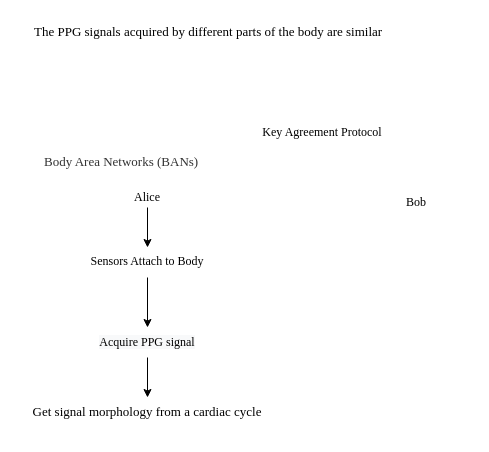
NasTul/Diagrams keeps this draw.io diagram as Keyagree.drawio. Above is the earlier version. Source tidied: cells renumbered, new cells numbered last; positions are measured from the earlier drawing's top-left corner, leaving out a move shared by most shapes. Both pictures are drawn from the tidied source at 100%, with x=0, y=0 at pixel (17, 17).
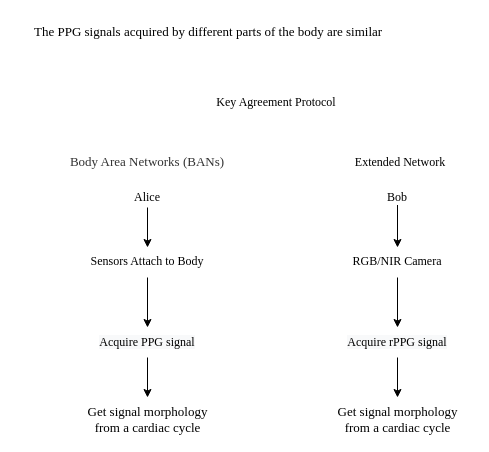
The same diagram, later.

Diff of the diagram source:
```diff
@@
 <mxGraphModel>
   <root>
     <mxCell id="0" />
     <mxCell id="1" parent="0" />
     <mxCell id="2" style="edgeStyle=orthogonalEdgeStyle;rounded=0;jettySize=auto;html=1;fontFamily=Times New Roman;" parent="1" edge="1" source="3" target="7">
       <mxGeometry relative="1" as="geometry" />
     </mxCell>
     <mxCell id="3" value="Alice" style="text;html=1;strokeColor=none;fillColor=none;align=center;verticalAlign=middle;whiteSpace=wrap;rounded=0;fontFamily=Times New Roman;" parent="1" vertex="1">
       <mxGeometry x="100" y="170" width="60" height="20" as="geometry" />
     </mxCell>
+    <mxCell id="13" style="edgeStyle=orthogonalEdgeStyle;rounded=0;jettySize=auto;html=1;fontFamily=Times New Roman;fontSize=13;" parent="1" edge="1" source="4" target="15">
+      <mxGeometry relative="1" as="geometry" />
+    </mxCell>
     <mxCell id="4" value="Bob" style="text;html=1;strokeColor=none;fillColor=none;align=center;verticalAlign=middle;whiteSpace=wrap;rounded=0;fontFamily=Times New Roman;" parent="1" vertex="1">
-      <mxGeometry x="369" y="170" width="60" height="30" as="geometry" />
+      <mxGeometry x="350" y="172.5" width="60" height="15" as="geometry" />
     </mxCell>
     <mxCell id="5" value="Key Agreement Protocol" style="text;html=1;strokeColor=none;fillColor=none;align=center;verticalAlign=middle;whiteSpace=wrap;rounded=0;fontFamily=Times New Roman;" parent="1" vertex="1">
-      <mxGeometry x="195" y="100" width="220" height="30" as="geometry" />
+      <mxGeometry x="149" y="70" width="220" height="30" as="geometry" />
     </mxCell>
     <mxCell id="6" style="edgeStyle=orthogonalEdgeStyle;rounded=0;jettySize=auto;html=1;fontFamily=Times New Roman;" parent="1" edge="1" source="7" target="11">
       <mxGeometry relative="1" as="geometry" />
     </mxCell>
     <mxCell id="7" value="Sensors Attach to Body" style="text;whiteSpace=wrap;html=1;align=center;fontFamily=Times New Roman;" parent="1" vertex="1">
       <mxGeometry x="55" y="230" width="150" height="30" as="geometry" />
     </mxCell>
-    <mxCell id="8" value="&lt;span style=&quot;color: rgb(51, 51, 51); font-style: normal; font-variant-ligatures: normal; font-variant-caps: normal; font-weight: 400; letter-spacing: normal; orphans: 2; text-align: start; text-indent: 0px; text-transform: none; widows: 2; word-spacing: 0px; -webkit-text-stroke-width: 0px; background-color: rgb(255, 255, 255); text-decoration-thickness: initial; text-decoration-style: initial; text-decoration-color: initial; float: none; display: inline !important;&quot;&gt;&lt;font style=&quot;font-size: 13px;&quot;&gt;Body Area Networks (BANs)&lt;/font&gt;&lt;/span&gt;" style="text;whiteSpace=wrap;html=1;fontFamily=Times New Roman;" parent="1" vertex="1">
-      <mxGeometry x="25" y="130" width="260" height="50" as="geometry" />
+    <mxCell id="8" value="&lt;span style=&quot;color: rgb(51, 51, 51); font-style: normal; font-variant-ligatures: normal; font-variant-caps: normal; font-weight: 400; letter-spacing: normal; orphans: 2; text-indent: 0px; text-transform: none; widows: 2; word-spacing: 0px; -webkit-text-stroke-width: 0px; background-color: rgb(255, 255, 255); text-decoration-thickness: initial; text-decoration-style: initial; text-decoration-color: initial; float: none; display: inline !important;&quot;&gt;&lt;font style=&quot;font-size: 13px;&quot;&gt;Body Area Networks (BANs)&lt;/font&gt;&lt;/span&gt;" style="text;whiteSpace=wrap;html=1;fontFamily=Times New Roman;align=center;" parent="1" vertex="1">
+      <mxGeometry x="50" y="130" width="160" height="30" as="geometry" />
     </mxCell>
     <mxCell id="9" value="Get signal morphology from a cardiac cycle" style="text;whiteSpace=wrap;html=1;fontSize=13;fontFamily=Times New Roman;align=center;" parent="1" vertex="1">
-      <mxGeometry y="380" width="260" height="30" as="geometry" />
+      <mxGeometry x="57.5" y="380" width="145" height="30" as="geometry" />
     </mxCell>
     <mxCell id="10" style="edgeStyle=orthogonalEdgeStyle;rounded=0;jettySize=auto;html=1;entryX=0.5;entryY=0;entryDx=0;entryDy=0;fontFamily=Times New Roman;fontSize=13;" parent="1" edge="1" source="11" target="9">
       <mxGeometry relative="1" as="geometry" />
     </mxCell>
     <mxCell id="11" value="&lt;span style=&quot;color: rgb(0, 0, 0); font-family: &amp;quot;Times New Roman&amp;quot;; font-size: 12px; font-style: normal; font-variant-ligatures: normal; font-variant-caps: normal; font-weight: 400; letter-spacing: normal; orphans: 2; text-indent: 0px; text-transform: none; widows: 2; word-spacing: 0px; -webkit-text-stroke-width: 0px; background-color: rgb(248, 249, 250); text-decoration-thickness: initial; text-decoration-style: initial; text-decoration-color: initial; float: none; display: inline !important;&quot;&gt;Acquire PPG signal&lt;/span&gt;" style="text;whiteSpace=wrap;html=1;fontSize=13;fontFamily=Times New Roman;align=center;" parent="1" vertex="1">
       <mxGeometry x="65" y="310" width="130" height="30" as="geometry" />
     </mxCell>
     <mxCell id="12" value="The PPG signals acquired by different parts of the body are similar" style="text;whiteSpace=wrap;html=1;fontSize=13;fontFamily=Times New Roman;" parent="1" vertex="1">
       <mxGeometry x="15" width="380" height="40" as="geometry" />
     </mxCell>
+    <mxCell id="14" style="edgeStyle=orthogonalEdgeStyle;rounded=0;jettySize=auto;html=1;fontFamily=Times New Roman;fontSize=13;" parent="1" edge="1" source="15" target="17">
+      <mxGeometry relative="1" as="geometry" />
+    </mxCell>
+    <mxCell id="15" value="RGB/NIR Camera" style="text;whiteSpace=wrap;html=1;align=center;fontFamily=Times New Roman;" parent="1" vertex="1">
+      <mxGeometry x="305" y="230" width="150" height="30" as="geometry" />
+    </mxCell>
+    <mxCell id="16" style="edgeStyle=orthogonalEdgeStyle;rounded=0;jettySize=auto;html=1;fontFamily=Times New Roman;fontSize=13;" parent="1" edge="1" source="17" target="18">
+      <mxGeometry relative="1" as="geometry" />
+    </mxCell>
+    <mxCell id="17" value="&lt;span style=&quot;color: rgb(0, 0, 0); font-family: &amp;quot;Times New Roman&amp;quot;; font-size: 12px; font-style: normal; font-variant-ligatures: normal; font-variant-caps: normal; font-weight: 400; letter-spacing: normal; orphans: 2; text-indent: 0px; text-transform: none; widows: 2; word-spacing: 0px; -webkit-text-stroke-width: 0px; background-color: rgb(248, 249, 250); text-decoration-thickness: initial; text-decoration-style: initial; text-decoration-color: initial; float: none; display: inline !important;&quot;&gt;Acquire rPPG signal&lt;/span&gt;" style="text;whiteSpace=wrap;html=1;fontSize=13;fontFamily=Times New Roman;align=center;" parent="1" vertex="1">
+      <mxGeometry x="315" y="310" width="130" height="30" as="geometry" />
+    </mxCell>
+    <mxCell id="18" value="Get signal morphology from a cardiac cycle" style="text;whiteSpace=wrap;html=1;fontSize=13;fontFamily=Times New Roman;align=center;" parent="1" vertex="1">
+      <mxGeometry x="312.5" y="380" width="135" height="30" as="geometry" />
+    </mxCell>
+    <mxCell id="19" value="&lt;font style=&quot;font-size: 12px;&quot;&gt;Extended Network&lt;/font&gt;" style="text;whiteSpace=wrap;html=1;fontSize=13;fontFamily=Times New Roman;align=center;" parent="1" vertex="1">
+      <mxGeometry x="317.5" y="130" width="130" height="25" as="geometry" />
+    </mxCell>
   </root>
 </mxGraphModel>
```
